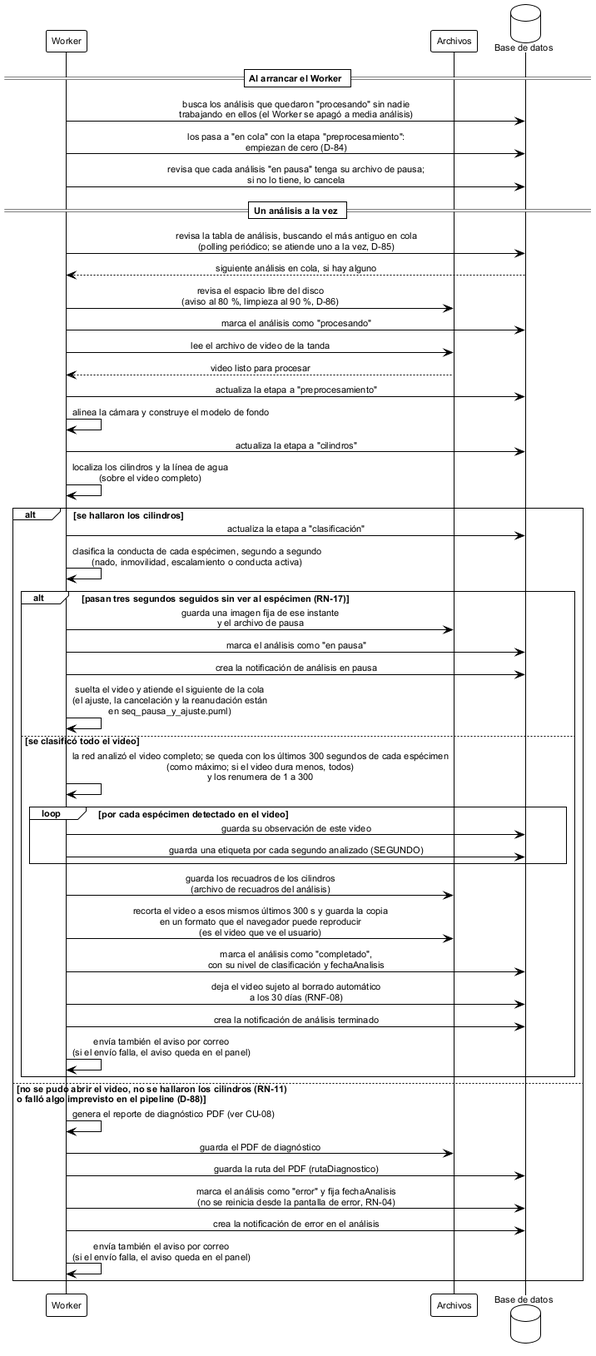
Before: figures/diagramas/seq_analisis_automatico.png, a diagram exported from PlantUML (ErickJester/fst-ai-system-latex).
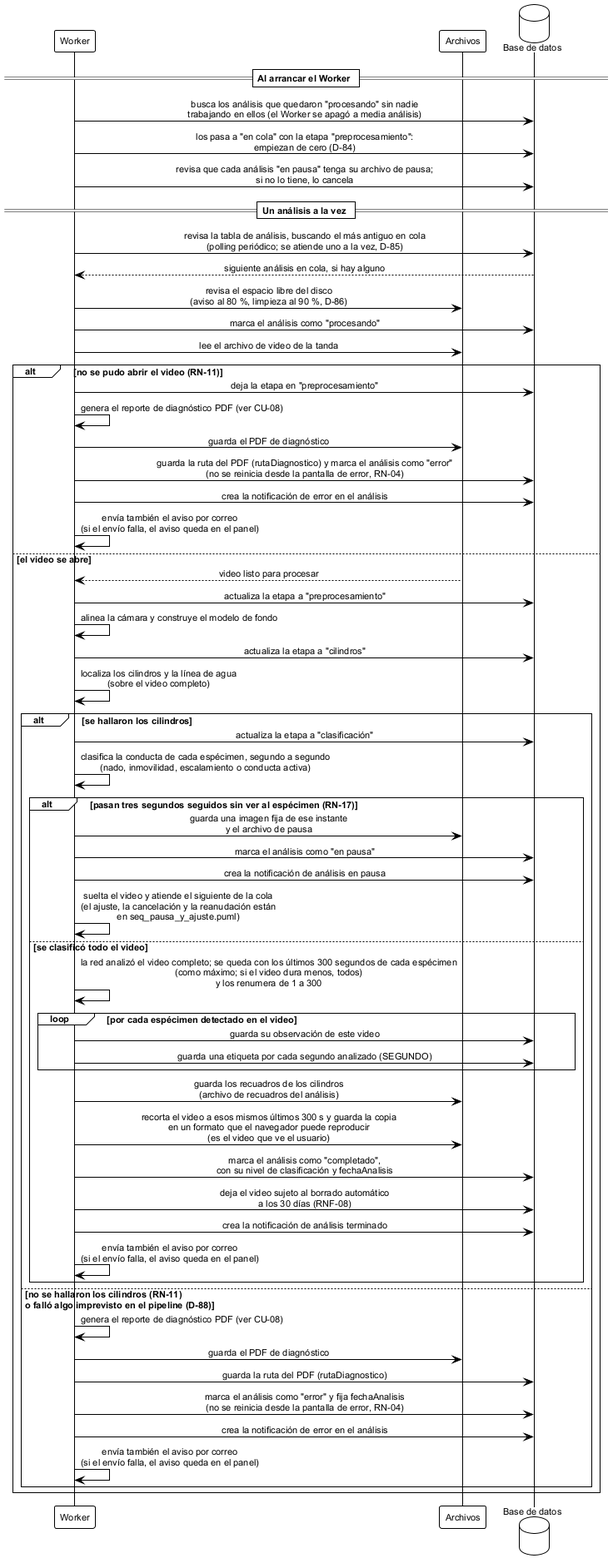
After the commit.

The edit, as a diff of the source:
```diff
@@ -25,6 +25,15 @@
 w -> db: marca el análisis como "procesando"
 
 w -> fs: lee el archivo de video de la tanda
+
+alt no se pudo abrir el video (RN-11)
+  w -> db: deja la etapa en "preprocesamiento"
+  w -> w: genera el reporte de diagnóstico PDF (ver CU-08)
+  w -> fs: guarda el PDF de diagnóstico
+  w -> db: guarda la ruta del PDF (rutaDiagnostico) y marca el análisis como "error"\n(no se reinicia desde la pantalla de error, RN-04)
+  w -> db: crea la notificación de error en el análisis
+  w -> w: envía también el aviso por correo\n(si el envío falla, el aviso queda en el panel)
+else el video se abre
 fs --> w: video listo para procesar
 
 w -> db: actualiza la etapa a "preprocesamiento"
@@ -58,7 +67,7 @@
     w -> db: crea la notificación de análisis terminado
     w -> w: envía también el aviso por correo\n(si el envío falla, el aviso queda en el panel)
   end
-else no se pudo abrir el video, no se hallaron los cilindros (RN-11)\no falló algo imprevisto en el pipeline (D-88)
+else no se hallaron los cilindros (RN-11)\no falló algo imprevisto en el pipeline (D-88)
   w -> w: genera el reporte de diagnóstico PDF (ver CU-08)
   w -> fs: guarda el PDF de diagnóstico
   w -> db: guarda la ruta del PDF (rutaDiagnostico)
@@ -67,4 +76,6 @@
   w -> w: envía también el aviso por correo\n(si el envío falla, el aviso queda en el panel)
 end
 
+end
+
 @enduml
```
